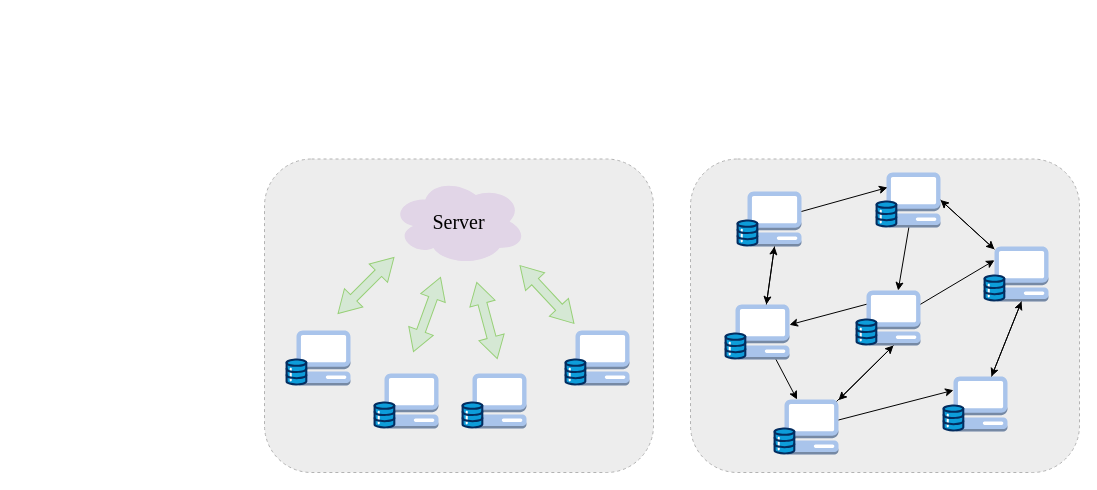
This is Non-iid Resilient Learning/centralized&decentralized.drawio from Lumos598/drawio, a draw.io file, before an edit. Source tidied: cells renumbered, new cells numbered last; positions are measured from the earlier drawing's top-left corner, leaving out a move shared by most shapes. Both pictures are drawn from the tidied source at 100%, with x=0, y=0 at pixel (264, 158).
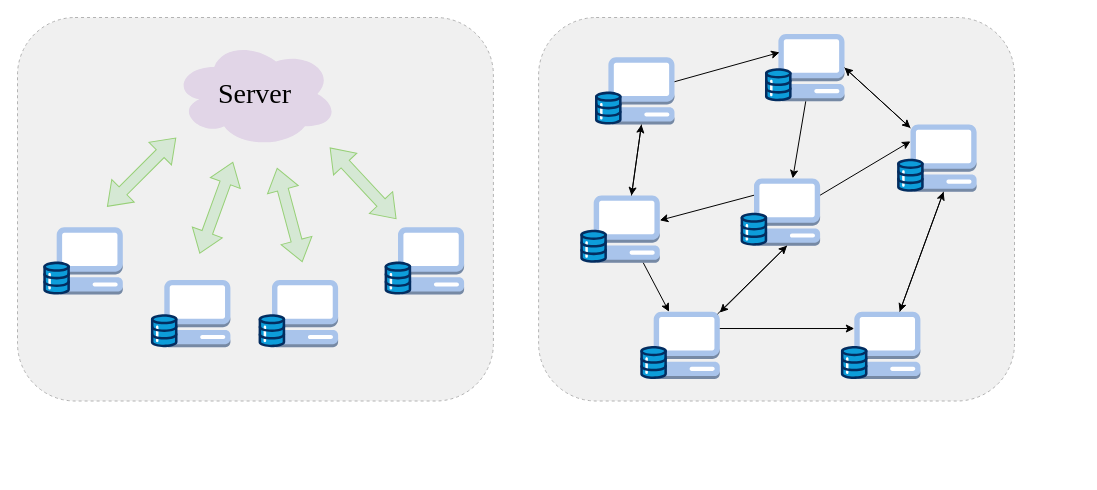
After the change.

What changed in the source:
```diff
@@
+    <mxCell id="56" style="group;" parent="1" vertex="1">
+      <mxGeometry x="-247" y="-141" width="997" height="383.5" as="geometry" />
+    </mxCell>
-    <mxCell id="2" style="rounded=1;whiteSpace=wrap;html=1;fillColor=#EDEDED;dashed=1;strokeColor=#B3B3B3;" parent="1" vertex="1">
-      <mxGeometry x="426" y="0.5" width="389" height="313.5" as="geometry" />
+    <mxCell id="2" style="rounded=1;whiteSpace=wrap;html=1;fillColor=#F0F0F0;dashed=1;strokeColor=#B3B3B3;" parent="56" vertex="1">
+      <mxGeometry x="521.1" width="475.9" height="383.5" as="geometry" />
     </mxCell>
-    <mxCell id="3" style="rounded=1;whiteSpace=wrap;html=1;fillColor=#EDEDED;dashed=1;strokeColor=#B3B3B3;" parent="1" vertex="1">
-      <mxGeometry y="0.5" width="389" height="313.5" as="geometry" />
+    <mxCell id="3" style="rounded=1;whiteSpace=wrap;html=1;fillColor=#F0F0F0;dashed=1;strokeColor=#B3B3B3;" parent="56" vertex="1">
+      <mxGeometry width="475.9" height="383.5" as="geometry" />
     </mxCell>
-    <mxCell id="4" value="&lt;font style=&quot;font-size: 20px;&quot; face=&quot;Times New Roman&quot;&gt;Server&lt;/font&gt;" style="ellipse;shape=cloud;whiteSpace=wrap;html=1;fillColor=#E1D5E7;strokeColor=none;" parent="1" vertex="1">
-      <mxGeometry x="127" y="19" width="135" height="88" as="geometry" />
+    <mxCell id="4" value="&lt;font style=&quot;font-size: 28px;&quot; face=&quot;Times New Roman&quot;&gt;Server&lt;/font&gt;" style="ellipse;shape=cloud;whiteSpace=wrap;html=1;fillColor=#E1D5E7;strokeColor=none;" parent="56" vertex="1">
+      <mxGeometry x="155.4" y="22.6" width="165.1" height="107.6" as="geometry" />
     </mxCell>
-    <mxCell id="5" style="html=1;shadow=0;dashed=0;align=center;verticalAlign=middle;shape=mxgraph.arrows2.twoWayArrow;dy=0.65;dx=22;rotation=-45;fillColor=#D5E8D4;strokeColor=#97D077;" parent="1" vertex="1">
-      <mxGeometry x="62" y="114" width="79" height="26" as="geometry" />
+    <mxCell id="5" style="html=1;shadow=0;dashed=0;align=center;verticalAlign=middle;shape=mxgraph.arrows2.twoWayArrow;dy=0.65;dx=22;rotation=-45;fillColor=#D5E8D4;strokeColor=#97D077;" parent="56" vertex="1">
+      <mxGeometry x="75.8" y="138.8" width="96.6" height="31.8" as="geometry" />
     </mxCell>
-    <mxCell id="6" style="html=1;shadow=0;dashed=0;align=center;verticalAlign=middle;shape=mxgraph.arrows2.twoWayArrow;dy=0.65;dx=22;rotation=-70;fillColor=#D5E8D4;strokeColor=#97D077;" parent="1" vertex="1">
-      <mxGeometry x="123" y="143" width="79" height="26" as="geometry" />
+    <mxCell id="6" style="html=1;shadow=0;dashed=0;align=center;verticalAlign=middle;shape=mxgraph.arrows2.twoWayArrow;dy=0.65;dx=22;rotation=-70;fillColor=#D5E8D4;strokeColor=#97D077;" parent="56" vertex="1">
+      <mxGeometry x="150.5" y="174.3" width="96.6" height="31.8" as="geometry" />
     </mxCell>
-    <mxCell id="7" style="html=1;shadow=0;dashed=0;align=center;verticalAlign=middle;shape=mxgraph.arrows2.twoWayArrow;dy=0.65;dx=22;rotation=-133;fillColor=#D5E8D4;strokeColor=#97D077;" parent="1" vertex="1">
-      <mxGeometry x="243" y="123" width="79" height="26" as="geometry" />
+    <mxCell id="7" style="html=1;shadow=0;dashed=0;align=center;verticalAlign=middle;shape=mxgraph.arrows2.twoWayArrow;dy=0.65;dx=22;rotation=-133;fillColor=#D5E8D4;strokeColor=#97D077;" parent="56" vertex="1">
+      <mxGeometry x="297.3" y="149.9" width="96.6" height="31.8" as="geometry" />
     </mxCell>
-    <mxCell id="8" style="group;" parent="1" vertex="1">
-      <mxGeometry x="591" y="132" width="65" height="55" as="geometry" />
+    <mxCell id="8" style="group;" parent="56" vertex="1">
+      <mxGeometry x="723" y="160.9" width="79.5" height="67.3" as="geometry" />
     </mxCell>
     <mxCell id="9" style="outlineConnect=0;dashed=0;verticalLabelPosition=bottom;verticalAlign=top;align=center;html=1;shape=mxgraph.aws3.management_console;fillColor=#A9C4EB;gradientColor=none;" parent="8" vertex="1">
-      <mxGeometry x="11" width="54" height="55" as="geometry" />
+      <mxGeometry x="13.5" width="66.1" height="67.3" as="geometry" />
     </mxCell>
     <mxCell id="10" style="verticalLabelPosition=bottom;html=1;shape=mxgraph.salesforce.data;" parent="8" vertex="1">
-      <mxGeometry y="28" width="21.9" height="27" as="geometry" />
+      <mxGeometry y="34.3" width="26.8" height="33" as="geometry" />
     </mxCell>
-    <mxCell id="11" style="group;" parent="1" vertex="1">
-      <mxGeometry x="472" y="33" width="65" height="55" as="geometry" />
+    <mxCell id="11" style="group;" parent="56" vertex="1">
+      <mxGeometry x="577.4" y="39.8" width="79.5" height="67.3" as="geometry" />
     </mxCell>
     <mxCell id="12" style="outlineConnect=0;dashed=0;verticalLabelPosition=bottom;verticalAlign=top;align=center;html=1;shape=mxgraph.aws3.management_console;fillColor=#A9C4EB;gradientColor=none;" parent="11" vertex="1">
-      <mxGeometry x="11" width="54" height="55" as="geometry" />
+      <mxGeometry x="13.5" width="66.1" height="67.3" as="geometry" />
     </mxCell>
     <mxCell id="13" style="verticalLabelPosition=bottom;html=1;shape=mxgraph.salesforce.data;" parent="11" vertex="1">
-      <mxGeometry y="28" width="21.9" height="27" as="geometry" />
+      <mxGeometry y="34.3" width="26.8" height="33" as="geometry" />
     </mxCell>
-    <mxCell id="14" style="group;" parent="1" vertex="1">
-      <mxGeometry x="460" y="146" width="65" height="55" as="geometry" />
+    <mxCell id="14" style="group;" parent="56" vertex="1">
+      <mxGeometry x="562.7" y="178" width="79.5" height="67.3" as="geometry" />
     </mxCell>
     <mxCell id="15" style="outlineConnect=0;dashed=0;verticalLabelPosition=bottom;verticalAlign=top;align=center;html=1;shape=mxgraph.aws3.management_console;fillColor=#A9C4EB;gradientColor=none;" parent="14" vertex="1">
-      <mxGeometry x="11" width="54" height="55" as="geometry" />
+      <mxGeometry x="13.5" width="66.1" height="67.3" as="geometry" />
     </mxCell>
     <mxCell id="16" style="verticalLabelPosition=bottom;html=1;shape=mxgraph.salesforce.data;" parent="14" vertex="1">
-      <mxGeometry y="28" width="21.9" height="27" as="geometry" />
+      <mxGeometry y="34.3" width="26.8" height="33" as="geometry" />
     </mxCell>
-    <mxCell id="17" style="group;" parent="1" vertex="1">
-      <mxGeometry x="300" y="172" width="65" height="55" as="geometry" />
+    <mxCell id="17" style="group;" parent="56" vertex="1">
+      <mxGeometry x="367" y="209.8" width="79.5" height="67.3" as="geometry" />
     </mxCell>
     <mxCell id="18" style="dashed=0;verticalLabelPosition=bottom;verticalAlign=top;align=center;html=1;shape=mxgraph.aws3.management_console;fillColor=#A9C4EB;gradientColor=none;" parent="17" vertex="1">
-      <mxGeometry x="11" width="54" height="55" as="geometry" />
+      <mxGeometry x="13.5" width="66.1" height="67.3" as="geometry" />
     </mxCell>
     <mxCell id="19" style="verticalLabelPosition=bottom;html=1;shape=mxgraph.salesforce.data;" parent="17" vertex="1">
-      <mxGeometry y="28" width="21.9" height="27" as="geometry" />
+      <mxGeometry y="34.3" width="26.8" height="33" as="geometry" />
     </mxCell>
-    <mxCell id="20" style="group;" parent="1" vertex="1">
-      <mxGeometry x="109" y="215" width="65" height="55" as="geometry" />
+    <mxCell id="20" style="group;" parent="56" vertex="1">
+      <mxGeometry x="133.3" y="262.4" width="79.5" height="67.3" as="geometry" />
     </mxCell>
     <mxCell id="21" style="dashed=0;verticalLabelPosition=bottom;verticalAlign=top;align=center;html=1;shape=mxgraph.aws3.management_console;fillColor=#A9C4EB;gradientColor=none;" parent="20" vertex="1">
-      <mxGeometry x="11" width="54" height="55" as="geometry" />
+      <mxGeometry x="13.5" width="66.1" height="67.3" as="geometry" />
     </mxCell>
     <mxCell id="22" style="verticalLabelPosition=bottom;html=1;shape=mxgraph.salesforce.data;" parent="20" vertex="1">
-      <mxGeometry y="28" width="21.9" height="27" as="geometry" />
+      <mxGeometry y="34.3" width="26.8" height="33" as="geometry" />
     </mxCell>
-    <mxCell id="23" style="group;" parent="1" vertex="1">
-      <mxGeometry x="21" y="172" width="65" height="55" as="geometry" />
+    <mxCell id="23" style="group;" parent="56" vertex="1">
+      <mxGeometry x="25.7" y="209.8" width="79.5" height="67.3" as="geometry" />
     </mxCell>
     <mxCell id="24" style="dashed=0;verticalLabelPosition=bottom;verticalAlign=top;align=center;html=1;shape=mxgraph.aws3.management_console;fillColor=#A9C4EB;gradientColor=none;" parent="23" vertex="1">
-      <mxGeometry x="11" width="54" height="55" as="geometry" />
+      <mxGeometry x="13.5" width="66.1" height="67.3" as="geometry" />
     </mxCell>
     <mxCell id="25" style="verticalLabelPosition=bottom;html=1;shape=mxgraph.salesforce.data;" parent="23" vertex="1">
-      <mxGeometry y="28" width="21.9" height="27" as="geometry" />
+      <mxGeometry y="34.3" width="26.8" height="33" as="geometry" />
     </mxCell>
-    <mxCell id="26" style="group;" parent="1" vertex="1">
-      <mxGeometry x="611" y="14" width="65" height="55" as="geometry" />
+    <mxCell id="26" style="group;" parent="56" vertex="1">
+      <mxGeometry x="747.4" y="16.5" width="79.5" height="67.3" as="geometry" />
     </mxCell>
     <mxCell id="27" style="outlineConnect=0;dashed=0;verticalLabelPosition=bottom;verticalAlign=top;align=center;html=1;shape=mxgraph.aws3.management_console;fillColor=#A9C4EB;gradientColor=none;" parent="26" vertex="1">
-      <mxGeometry x="11" width="54" height="55" as="geometry" />
+      <mxGeometry x="13.5" width="66.1" height="67.3" as="geometry" />
     </mxCell>
     <mxCell id="28" style="verticalLabelPosition=bottom;html=1;shape=mxgraph.salesforce.data;" parent="26" vertex="1">
-      <mxGeometry y="28" width="21.9" height="27" as="geometry" />
+      <mxGeometry y="34.3" width="26.8" height="33" as="geometry" />
     </mxCell>
-    <mxCell id="29" style="group;" parent="1" vertex="1">
-      <mxGeometry x="719" y="88" width="65" height="55" as="geometry" />
+    <mxCell id="29" style="group;" parent="56" vertex="1">
+      <mxGeometry x="879.5" y="107" width="79.5" height="67.3" as="geometry" />
     </mxCell>
     <mxCell id="30" style="outlineConnect=0;dashed=0;verticalLabelPosition=bottom;verticalAlign=top;align=center;html=1;shape=mxgraph.aws3.management_console;fillColor=#A9C4EB;gradientColor=none;" parent="29" vertex="1">
-      <mxGeometry x="11" width="54" height="55" as="geometry" />
+      <mxGeometry x="13.5" width="66.1" height="67.3" as="geometry" />
     </mxCell>
     <mxCell id="31" style="verticalLabelPosition=bottom;html=1;shape=mxgraph.salesforce.data;" parent="29" vertex="1">
-      <mxGeometry y="28" width="21.9" height="27" as="geometry" />
+      <mxGeometry y="34.3" width="26.8" height="33" as="geometry" />
     </mxCell>
-    <mxCell id="32" style="group;" parent="1" vertex="1">
-      <mxGeometry x="509" y="241" width="65" height="55" as="geometry" />
+    <mxCell id="32" style="group;" parent="56" vertex="1">
+      <mxGeometry x="622.7" y="294.2" width="79.5" height="67.3" as="geometry" />
     </mxCell>
     <mxCell id="33" style="outlineConnect=0;dashed=0;verticalLabelPosition=bottom;verticalAlign=top;align=center;html=1;shape=mxgraph.aws3.management_console;fillColor=#A9C4EB;gradientColor=none;" parent="32" vertex="1">
-      <mxGeometry x="11" width="54" height="55" as="geometry" />
+      <mxGeometry x="13.5" width="66.1" height="67.3" as="geometry" />
     </mxCell>
     <mxCell id="34" style="verticalLabelPosition=bottom;html=1;shape=mxgraph.salesforce.data;" parent="32" vertex="1">
-      <mxGeometry y="28" width="21.9" height="27" as="geometry" />
+      <mxGeometry y="34.3" width="26.8" height="33" as="geometry" />
     </mxCell>
-    <mxCell id="35" style="group;" parent="1" vertex="1">
-      <mxGeometry x="678" y="218" width="65" height="55" as="geometry" />
+    <mxCell id="35" style="group;" parent="56" vertex="1">
+      <mxGeometry x="823.3" y="294.2" width="79.5" height="67.3" as="geometry" />
     </mxCell>
     <mxCell id="36" style="outlineConnect=0;dashed=0;verticalLabelPosition=bottom;verticalAlign=top;align=center;html=1;shape=mxgraph.aws3.management_console;fillColor=#A9C4EB;gradientColor=none;" parent="35" vertex="1">
-      <mxGeometry x="11" width="54" height="55" as="geometry" />
+      <mxGeometry x="13.5" width="66.1" height="67.3" as="geometry" />
     </mxCell>
     <mxCell id="37" style="verticalLabelPosition=bottom;html=1;shape=mxgraph.salesforce.data;" parent="35" vertex="1">
-      <mxGeometry y="28" width="21.9" height="27" as="geometry" />
+      <mxGeometry y="34.3" width="26.8" height="33" as="geometry" />
     </mxCell>
-    <mxCell id="38" style="rounded=0;jettySize=auto;html=1;" parent="1" edge="1" source="27" target="9">
+    <mxCell id="38" style="rounded=0;jettySize=auto;html=1;" parent="56" edge="1" source="27" target="9">
       <mxGeometry relative="1" as="geometry" />
     </mxCell>
-    <mxCell id="39" style="rounded=0;jettySize=auto;html=1;" parent="1" edge="1" source="12">
+    <mxCell id="39" style="rounded=0;jettySize=auto;html=1;" parent="56" edge="1" source="12">
       <mxGeometry relative="1" as="geometry">
-        <mxPoint x="623" y="29" as="targetPoint" />
+        <mxPoint x="762.1" y="34.9" as="targetPoint" />
       </mxGeometry>
     </mxCell>
-    <mxCell id="40" style="rounded=0;jettySize=auto;html=1;exitX=0.5;exitY=1;exitDx=0;exitDy=0;exitPerimeter=0;" parent="1" edge="1" source="12" target="15">
+    <mxCell id="40" style="rounded=0;jettySize=auto;html=1;exitX=0.5;exitY=1;exitDx=0;exitDy=0;exitPerimeter=0;" parent="56" edge="1" source="12" target="15">
       <mxGeometry relative="1" as="geometry" />
     </mxCell>
-    <mxCell id="41" style="rounded=0;jettySize=auto;html=1;entryX=0.5;entryY=1;entryDx=0;entryDy=0;entryPerimeter=0;" parent="1" edge="1" source="15" target="12">
+    <mxCell id="41" style="rounded=0;jettySize=auto;html=1;entryX=0.5;entryY=1;entryDx=0;entryDy=0;entryPerimeter=0;" parent="56" edge="1" source="15" target="12">
       <mxGeometry relative="1" as="geometry" />
     </mxCell>
-    <mxCell id="42" style="rounded=0;jettySize=auto;html=1;exitX=0;exitY=0.25;exitDx=0;exitDy=0;exitPerimeter=0;" parent="1" edge="1" source="9" target="15">
+    <mxCell id="42" style="rounded=0;jettySize=auto;html=1;exitX=0;exitY=0.25;exitDx=0;exitDy=0;exitPerimeter=0;" parent="56" edge="1" source="9" target="15">
       <mxGeometry relative="1" as="geometry" />
     </mxCell>
-    <mxCell id="43" style="rounded=0;jettySize=auto;html=1;exitX=0.75;exitY=1;exitDx=0;exitDy=0;exitPerimeter=0;" parent="1" edge="1" source="15" target="33">
+    <mxCell id="43" style="rounded=0;jettySize=auto;html=1;exitX=0.75;exitY=1;exitDx=0;exitDy=0;exitPerimeter=0;" parent="56" edge="1" source="15" target="33">
       <mxGeometry relative="1" as="geometry" />
     </mxCell>
-    <mxCell id="44" style="rounded=0;jettySize=auto;html=1;exitX=0.5;exitY=1;exitDx=0;exitDy=0;exitPerimeter=0;" parent="1" edge="1" source="9" target="33">
+    <mxCell id="44" style="rounded=0;jettySize=auto;html=1;exitX=0.5;exitY=1;exitDx=0;exitDy=0;exitPerimeter=0;" parent="56" edge="1" source="9" target="33">
       <mxGeometry relative="1" as="geometry" />
     </mxCell>
-    <mxCell id="45" style="rounded=0;jettySize=auto;html=1;entryX=0;entryY=0.25;entryDx=0;entryDy=0;entryPerimeter=0;" parent="1" edge="1" source="33" target="36">
+    <mxCell id="45" style="rounded=0;jettySize=auto;html=1;entryX=0;entryY=0.25;entryDx=0;entryDy=0;entryPerimeter=0;exitX=1;exitY=0.25;exitDx=0;exitDy=0;exitPerimeter=0;" parent="56" edge="1" source="33" target="36">
       <mxGeometry relative="1" as="geometry" />
     </mxCell>
-    <mxCell id="46" style="rounded=0;jettySize=auto;html=1;exitX=0.965;exitY=0.035;exitDx=0;exitDy=0;exitPerimeter=0;entryX=0.5;entryY=1;entryDx=0;entryDy=0;entryPerimeter=0;" parent="1" edge="1" source="33" target="9">
+    <mxCell id="46" style="rounded=0;jettySize=auto;html=1;exitX=0.965;exitY=0.035;exitDx=0;exitDy=0;exitPerimeter=0;entryX=0.5;entryY=1;entryDx=0;entryDy=0;entryPerimeter=0;" parent="56" edge="1" source="33" target="9">
       <mxGeometry relative="1" as="geometry" />
     </mxCell>
-    <mxCell id="47" style="rounded=0;jettySize=auto;html=1;exitX=1;exitY=0.5;exitDx=0;exitDy=0;exitPerimeter=0;" parent="1" edge="1" source="27" target="30">
+    <mxCell id="47" style="rounded=0;jettySize=auto;html=1;exitX=1;exitY=0.5;exitDx=0;exitDy=0;exitPerimeter=0;" parent="56" edge="1" source="27" target="30">
       <mxGeometry relative="1" as="geometry" />
     </mxCell>
-    <mxCell id="48" style="rounded=0;jettySize=auto;html=1;exitX=0.5;exitY=1;exitDx=0;exitDy=0;exitPerimeter=0;" parent="1" edge="1" source="30" target="36">
+    <mxCell id="48" style="rounded=0;jettySize=auto;html=1;exitX=0.5;exitY=1;exitDx=0;exitDy=0;exitPerimeter=0;" parent="56" edge="1" source="30" target="36">
       <mxGeometry relative="1" as="geometry" />
     </mxCell>
-    <mxCell id="49" style="rounded=0;jettySize=auto;html=1;entryX=0.5;entryY=1;entryDx=0;entryDy=0;entryPerimeter=0;" parent="1" edge="1" source="36" target="30">
+    <mxCell id="49" style="rounded=0;jettySize=auto;html=1;entryX=0.5;entryY=1;entryDx=0;entryDy=0;entryPerimeter=0;" parent="56" edge="1" source="36" target="30">
       <mxGeometry relative="1" as="geometry" />
     </mxCell>
-    <mxCell id="50" style="rounded=0;jettySize=auto;html=1;exitX=1;exitY=0.25;exitDx=0;exitDy=0;exitPerimeter=0;entryX=0;entryY=0.25;entryDx=0;entryDy=0;entryPerimeter=0;" parent="1" edge="1" source="9" target="30">
+    <mxCell id="50" style="rounded=0;jettySize=auto;html=1;exitX=1;exitY=0.25;exitDx=0;exitDy=0;exitPerimeter=0;entryX=0;entryY=0.25;entryDx=0;entryDy=0;entryPerimeter=0;" parent="56" edge="1" source="9" target="30">
       <mxGeometry relative="1" as="geometry" />
     </mxCell>
-    <mxCell id="51" style="rounded=0;jettySize=auto;html=1;entryX=1;entryY=0.5;entryDx=0;entryDy=0;entryPerimeter=0;" parent="1" edge="1" source="30" target="27">
+    <mxCell id="51" style="rounded=0;jettySize=auto;html=1;entryX=1;entryY=0.5;entryDx=0;entryDy=0;entryPerimeter=0;" parent="56" edge="1" source="30" target="27">
       <mxGeometry relative="1" as="geometry" />
     </mxCell>
-    <mxCell id="52" style="group;" parent="1" vertex="1">
-      <mxGeometry x="197" y="215" width="65" height="55" as="geometry" />
+    <mxCell id="52" style="group;" parent="56" vertex="1">
+      <mxGeometry x="241" y="262.4" width="79.5" height="67.3" as="geometry" />
     </mxCell>
     <mxCell id="53" style="dashed=0;verticalLabelPosition=bottom;verticalAlign=top;align=center;html=1;shape=mxgraph.aws3.management_console;fillColor=#A9C4EB;gradientColor=none;" parent="52" vertex="1">
-      <mxGeometry x="11" width="54" height="55" as="geometry" />
+      <mxGeometry x="13.5" width="66.1" height="67.3" as="geometry" />
     </mxCell>
     <mxCell id="54" style="verticalLabelPosition=bottom;html=1;shape=mxgraph.salesforce.data;" parent="52" vertex="1">
-      <mxGeometry y="28" width="21.9" height="27" as="geometry" />
+      <mxGeometry y="34.3" width="26.8" height="33" as="geometry" />
     </mxCell>
-    <mxCell id="55" style="html=1;shadow=0;dashed=0;align=center;verticalAlign=middle;shape=mxgraph.arrows2.twoWayArrow;dy=0.65;dx=22;rotation=-105;fillColor=#D5E8D4;strokeColor=#97D077;" parent="1" vertex="1">
-      <mxGeometry x="183" y="149" width="79" height="26" as="geometry" />
+    <mxCell id="55" style="html=1;shadow=0;dashed=0;align=center;verticalAlign=middle;shape=mxgraph.arrows2.twoWayArrow;dy=0.65;dx=22;rotation=-105;fillColor=#D5E8D4;strokeColor=#97D077;" parent="56" vertex="1">
+      <mxGeometry x="223.9" y="181.7" width="96.6" height="31.8" as="geometry" />
     </mxCell>
```
